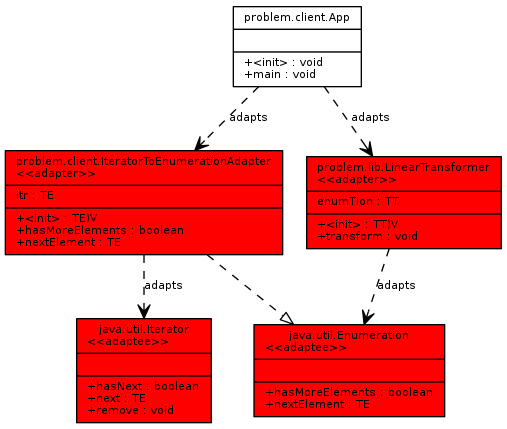
Above: dot/out.png in schnip/BluePizzaDiagrams (Graphviz), before the change. Its source is kept beside it as dot/out.dot.
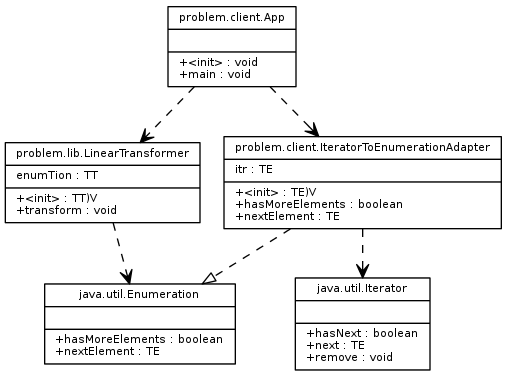
The same diagram one commit later.

What changed in the source:
```diff
@@ -14,36 +14,28 @@
 label = "{problem.client.App||+\<init\> : void\l+main : void\l}"
 ]
 problemclientIteratorToEnumerationAdapter [
-fillcolor=red, style=filled,
-label = "{problem.client.IteratorToEnumerationAdapter
-\<\<adapter\>\>\l|itr : TE\l|+\<init\> : TE)V\l+hasMoreElements : boolean\l+nextElement : TE\l}"
+label = "{problem.client.IteratorToEnumerationAdapter|itr : TE\l|+\<init\> : TE)V\l+hasMoreElements : boolean\l+nextElement : TE\l}"
 ]
 problemlibLinearTransformer [
-fillcolor=red, style=filled,
-label = "{problem.lib.LinearTransformer
-\<\<adapter\>\>\l|enumTion : TT\l|+\<init\> : TT)V\l+transform : void\l}"
+label = "{problem.lib.LinearTransformer|enumTion : TT\l|+\<init\> : TT)V\l+transform : void\l}"
 ]
 javautilEnumeration [
-fillcolor=red, style=filled,
-label = "{java.util.Enumeration
-\<\<adaptee\>\>\l||+hasMoreElements : boolean\l+nextElement : TE\l}"
+label = "{java.util.Enumeration||+hasMoreElements : boolean\l+nextElement : TE\l}"
 ]
 javautilIterator [
-fillcolor=red, style=filled,
-label = "{java.util.Iterator
-\<\<adaptee\>\>\l||+hasNext : boolean\l+next : TE\l+remove : void\l}"
+label = "{java.util.Iterator||+hasNext : boolean\l+next : TE\l+remove : void\l}"
 ]
 edge [ arrowhead = "empty", style = "dashed"
  ]
 problemclientIteratorToEnumerationAdapter -> javautilEnumeration
 edge [ arrowhead = "vee", style = "dashed"
-, label = "adapts" ]
+ ]
 problemlibLinearTransformer -> javautilEnumeration
 edge [ arrowhead = "vee", style = "dashed"
  ]
 problemclientApp -> problemlibLinearTransformer
 edge [ arrowhead = "vee", style = "dashed"
-, label = "adapts" ]
+ ]
 problemclientIteratorToEnumerationAdapter -> javautilIterator
 edge [ arrowhead = "vee", style = "dashed"
  ]
```
